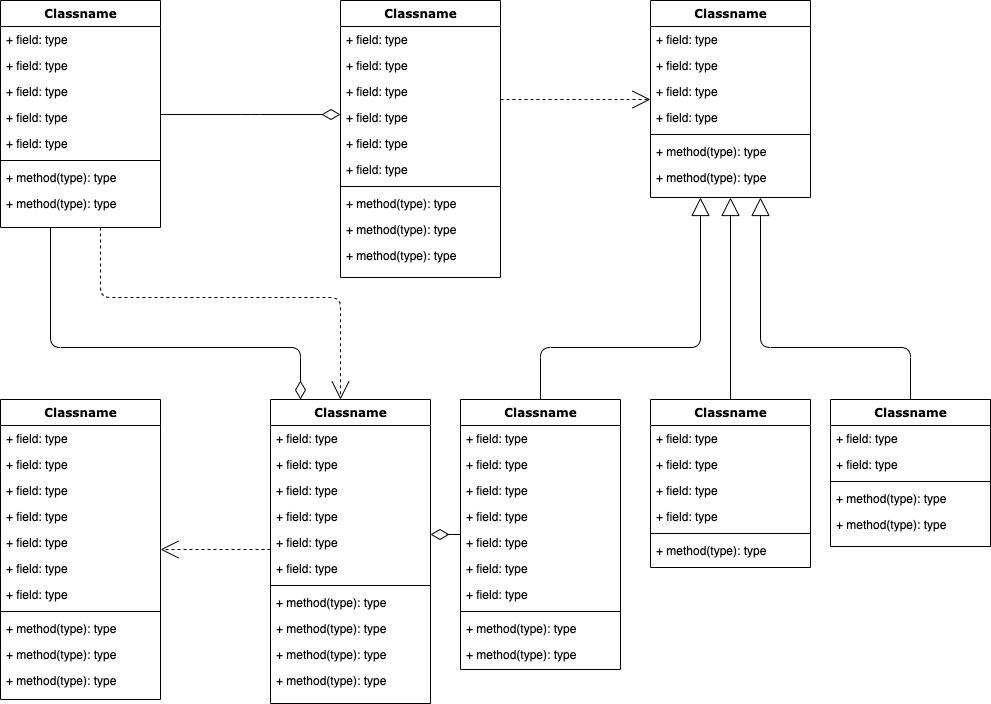
The draw.io diagram database.drawio.png in tgm-labs/assets, before a commit. Source tidied: cells renumbered, new cells last; positions are measured from the earlier drawing's top-left corner, leaving out a move shared by most shapes.
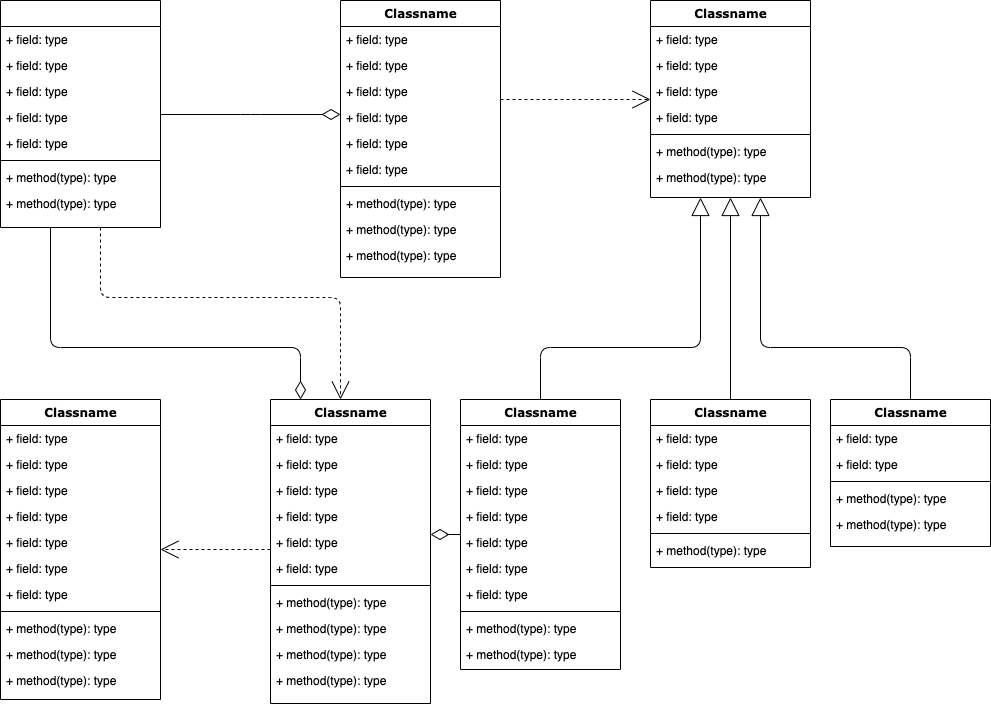
Later version of the same file.

What changed in the source:
```diff
@@ -18,7 +18,7 @@
         </Array>
       </mxGeometry>
     </mxCell>
-    <mxCell id="4" value="Classname" style="swimlane;html=1;fontStyle=1;align=center;verticalAlign=top;horizontal=1;startSize=26;swimlaneFillColor=#ffffff;rounded=0;shadow=0;comic=0;labelBackgroundColor=none;strokeWidth=1;fillColor=none;fontFamily=Verdana;fontSize=12;" parent="1" vertex="1">
+    <mxCell id="4" style="swimlane;html=1;fontStyle=1;align=center;verticalAlign=top;horizontal=1;startSize=26;swimlaneFillColor=#ffffff;rounded=0;shadow=0;comic=0;labelBackgroundColor=none;strokeWidth=1;fillColor=none;fontFamily=Verdana;fontSize=12;" parent="1" vertex="1">
       <mxGeometry width="160" height="227" as="geometry" />
     </mxCell>
     <mxCell id="5" value="+ field: type" style="text;html=1;strokeColor=none;fillColor=none;align=left;verticalAlign=top;spacingLeft=4;spacingRight=4;whiteSpace=wrap;overflow=hidden;" parent="4" vertex="1">
```
